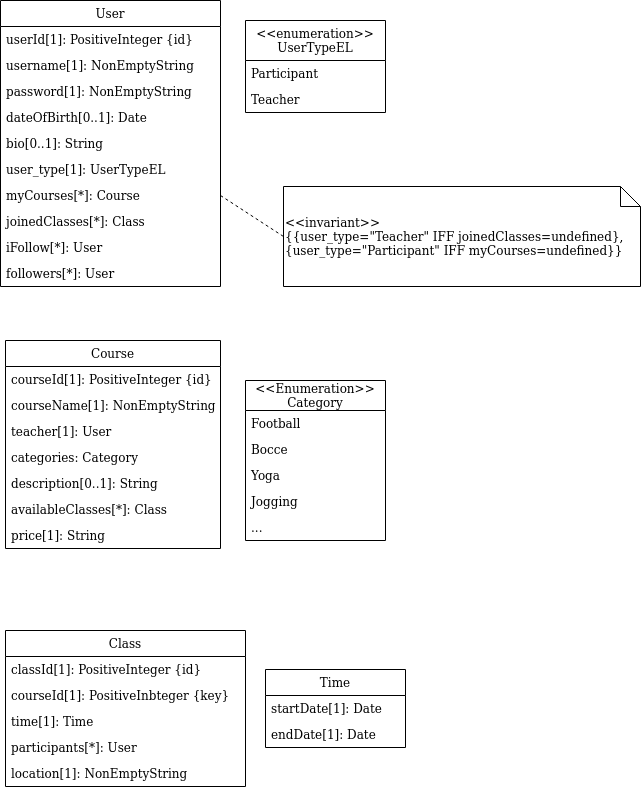
This is freeopengym_class_model.png from tiadal/freeopengym.com, a draw.io export, as it was before one commit. Source tidied: cells renumbered, new cells last; positions are measured from the earlier drawing's top-left corner, leaving out a move shared by most shapes.
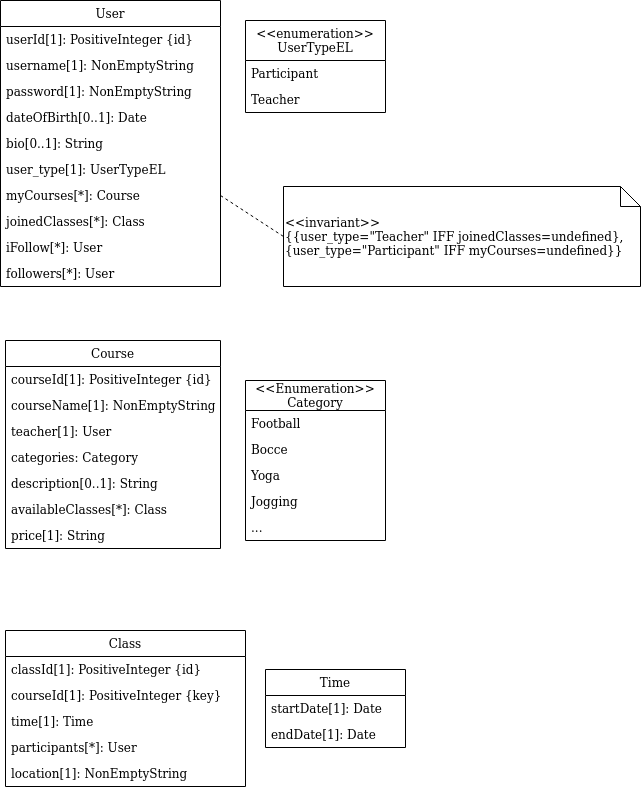
The same file after the commit.

The edit, as a diff of the source:
```diff
@@ -65,7 +65,7 @@
     <mxCell id="22" value="classId[1]: PositiveInteger {id}" style="text;strokeColor=none;fillColor=none;align=left;verticalAlign=top;spacingLeft=4;spacingRight=4;overflow=hidden;" parent="21" vertex="1">
       <mxGeometry y="26" width="240" height="26" as="geometry" />
     </mxCell>
-    <mxCell id="23" value="courseId[1]: PositiveInbteger {key}" style="text;strokeColor=none;fillColor=none;align=left;verticalAlign=top;spacingLeft=4;spacingRight=4;overflow=hidden;" parent="21" vertex="1">
+    <mxCell id="23" value="courseId[1]: PositiveInteger {key}" style="text;strokeColor=none;fillColor=none;align=left;verticalAlign=top;spacingLeft=4;spacingRight=4;overflow=hidden;" parent="21" vertex="1">
       <mxGeometry y="52" width="240" height="26" as="geometry" />
     </mxCell>
     <mxCell id="24" value="time[1]: Time" style="text;strokeColor=none;fillColor=none;align=left;verticalAlign=top;spacingLeft=4;spacingRight=4;overflow=hidden;" parent="21" vertex="1">
```
